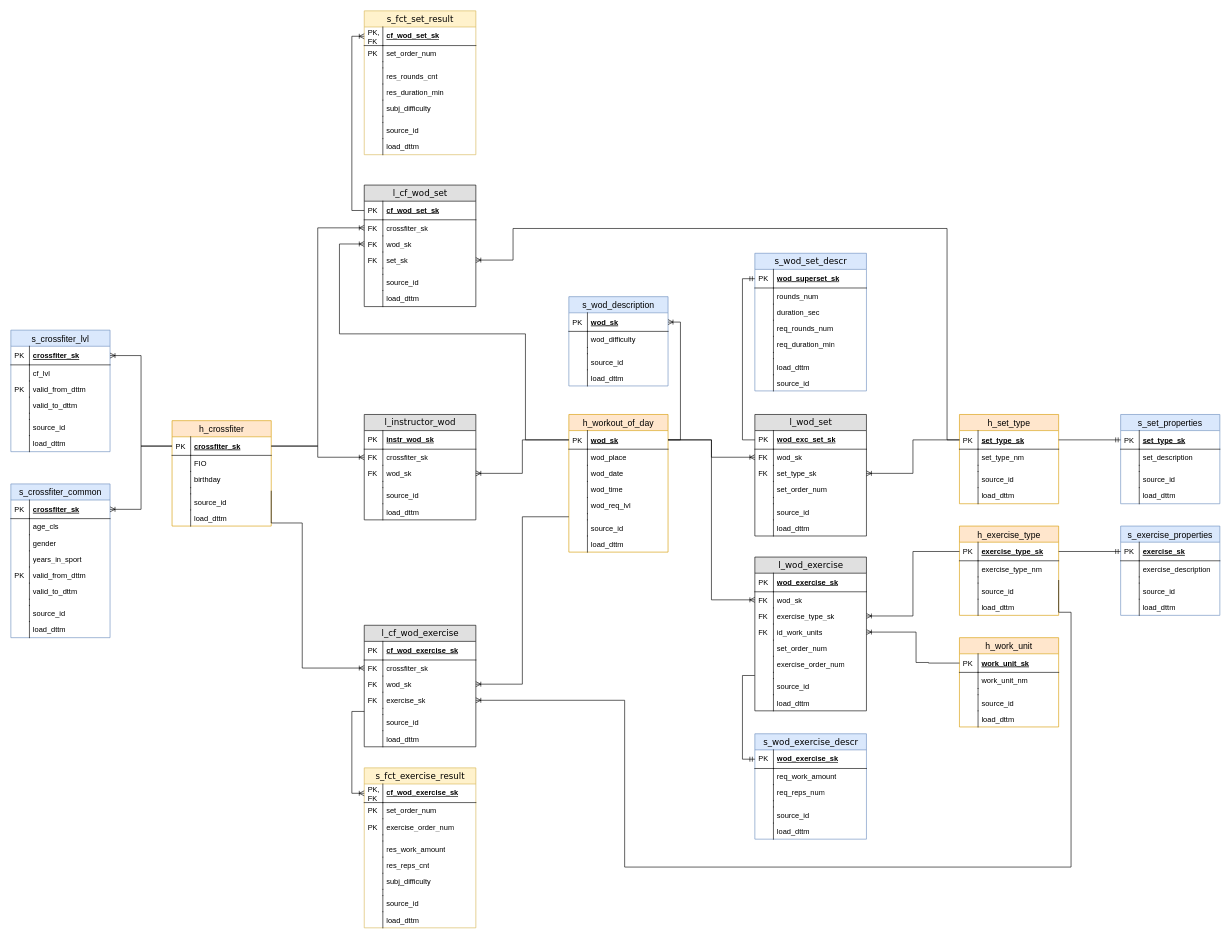
The draw.io diagram page "data_vault" (2 of 4) of db_arch/db_schema.drawio in ouriso/crossfit_activity, before the edit. Source tidied: cells renumbered, new cells numbered last; positions are measured from the earlier drawing's top-left corner, leaving out a move shared by most shapes. Both pictures are drawn from the tidied source at 62%, with x=0, y=0 at pixel (11, 11).
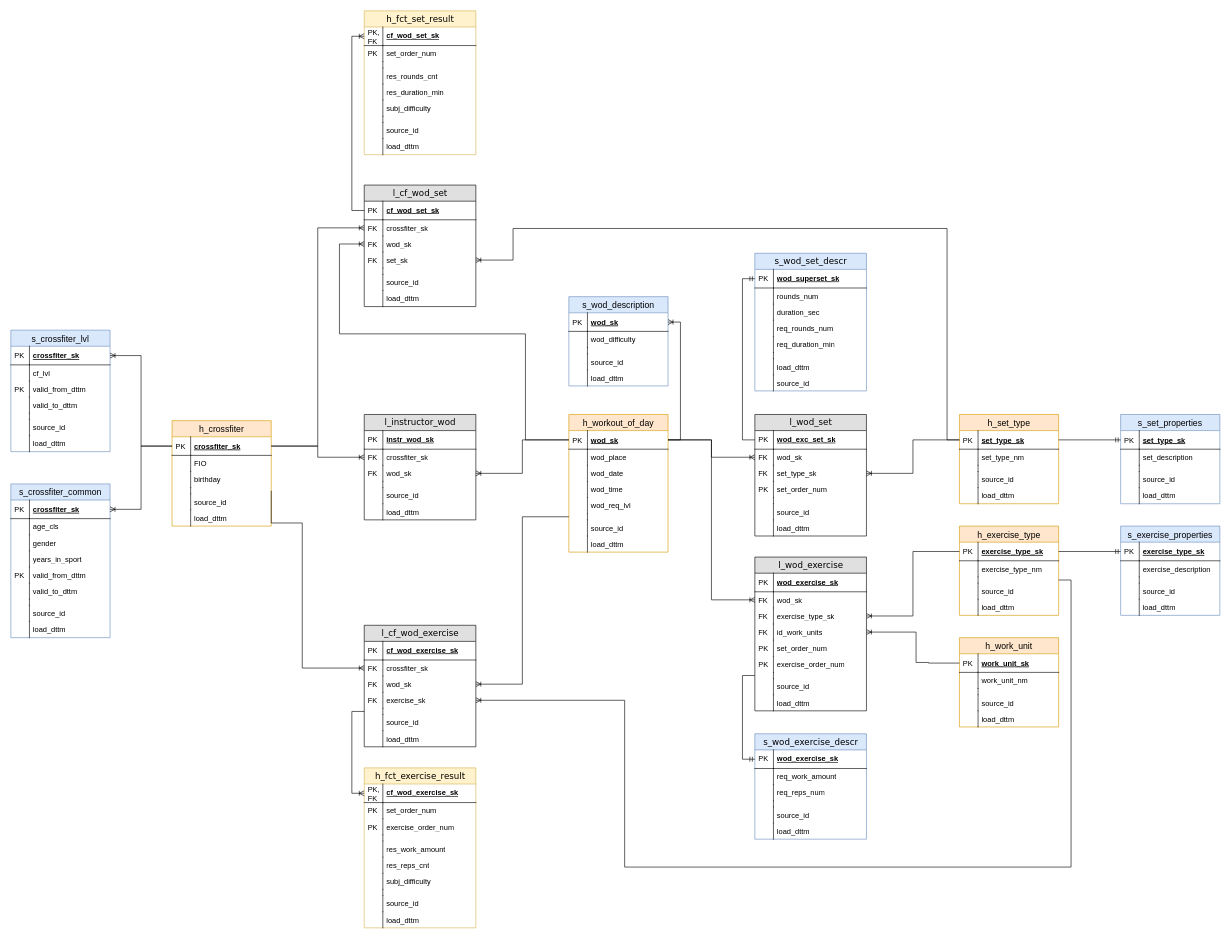
The same diagram, later.

Unchanged cells that the change refers to:
```xml
<mxCell id="140" value="set_order_num" style="shape=partialRectangle;top=0;left=0;right=0;bottom=0;html=1;align=left;verticalAlign=top;fillColor=none;spacingLeft=34;spacingRight=4;whiteSpace=wrap;overflow=hidden;" parent="133" vertex="1">
  <mxGeometry y="108" width="180" height="26" as="geometry" />
</mxCell>
<mxCell id="156" style="shape=partialRectangle;top=0;left=0;right=0;bottom=0;align=left;verticalAlign=top;fillColor=none;spacingLeft=34;spacingRight=4;overflow=hidden;points=[[0,0.5],[1,0.5]];portConstraint=eastwest;fontSize=12;" parent="151" vertex="1">
  <mxGeometry y="82" width="160" height="10" as="geometry" />
</mxCell>
<mxCell id="162" value="s_exercise_properties" style="swimlane;fontStyle=0;horizontal=1;startSize=26;fillColor=#dae8fc;swimlaneFillColor=#ffffff;align=center;fontSize=14;strokeColor=#6c8ebf;" parent="1" vertex="1">
  <mxGeometry x="1790" y="831" width="160" height="144" as="geometry" />
</mxCell>
<mxCell id="231" value="set_order_num" style="shape=partialRectangle;top=0;left=0;right=0;bottom=0;html=1;align=left;verticalAlign=top;fillColor=none;spacingLeft=34;spacingRight=4;whiteSpace=wrap;overflow=hidden;" parent="222" vertex="1">
  <mxGeometry y="134" width="180" height="26" as="geometry" />
</mxCell>
<mxCell id="233" value="exercise_order_num" style="shape=partialRectangle;top=0;left=0;right=0;bottom=0;html=1;align=left;verticalAlign=top;fillColor=none;spacingLeft=34;spacingRight=4;whiteSpace=wrap;overflow=hidden;" parent="222" vertex="1">
  <mxGeometry y="160" width="180" height="26" as="geometry" />
</mxCell>
<mxCell id="249" value="exercise_sk" style="shape=partialRectangle;top=0;left=0;right=0;bottom=0;html=1;align=left;verticalAlign=top;fillColor=none;spacingLeft=34;spacingRight=4;whiteSpace=wrap;overflow=hidden;points=[[0,0.5],[1,0.5]];portConstraint=eastwest;" parent="242" vertex="1">
  <mxGeometry y="108" width="180" height="26" as="geometry" />
</mxCell>
```

The edit, as a diff of the source:
```diff
@@
-    <mxCell id="141" style="shape=partialRectangle;top=0;left=0;bottom=0;html=1;fillColor=none;align=left;verticalAlign=top;spacingLeft=4;spacingRight=4;whiteSpace=wrap;overflow=hidden;" parent="140" vertex="1">
+    <mxCell id="141" value="PK" style="shape=partialRectangle;top=0;left=0;bottom=0;html=1;fillColor=none;align=left;verticalAlign=top;spacingLeft=4;spacingRight=4;whiteSpace=wrap;overflow=hidden;" parent="140" vertex="1">
       <mxGeometry width="30" height="26" as="geometry" />
     </mxCell>
@@
-    <mxCell id="163" value="exercise_sk" style="shape=partialRectangle;top=0;left=0;right=0;bottom=1;align=left;verticalAlign=middle;fillColor=none;spacingLeft=34;spacingRight=4;overflow=hidden;points=[[0,0.5],[1,0.5]];portConstraint=eastwest;fontStyle=5;fontSize=12;" parent="162" vertex="1">
+    <mxCell id="163" value="exercise_type_sk" style="shape=partialRectangle;top=0;left=0;right=0;bottom=1;align=left;verticalAlign=middle;fillColor=none;spacingLeft=34;spacingRight=4;overflow=hidden;points=[[0,0.5],[1,0.5]];portConstraint=eastwest;fontStyle=5;fontSize=12;" parent="162" vertex="1">
       <mxGeometry y="26" width="160" height="30" as="geometry" />
     </mxCell>
@@
-    <mxCell id="201" value="s_fct_exercise_result" style="swimlane;html=1;fontStyle=0;horizontal=1;startSize=26;fillColor=#fff2cc;swimlaneFillColor=#ffffff;align=center;rounded=0;shadow=0;comic=0;labelBackgroundColor=none;strokeWidth=1;fontFamily=Verdana;fontSize=14;strokeColor=#d6b656;" parent="1" vertex="1">
+    <mxCell id="201" value="h_fct_exercise_result" style="swimlane;html=1;fontStyle=0;horizontal=1;startSize=26;fillColor=#fff2cc;swimlaneFillColor=#ffffff;align=center;rounded=0;shadow=0;comic=0;labelBackgroundColor=none;strokeWidth=1;fontFamily=Verdana;fontSize=14;strokeColor=#d6b656;" parent="1" vertex="1">
       <mxGeometry x="570" y="1221" width="180" height="258" as="geometry" />
     </mxCell>
@@
-    <mxCell id="232" style="shape=partialRectangle;top=0;left=0;bottom=0;html=1;fillColor=none;align=left;verticalAlign=top;spacingLeft=4;spacingRight=4;whiteSpace=wrap;overflow=hidden;" parent="231" vertex="1">
+    <mxCell id="232" value="PK" style="shape=partialRectangle;top=0;left=0;bottom=0;html=1;fillColor=none;align=left;verticalAlign=top;spacingLeft=4;spacingRight=4;whiteSpace=wrap;overflow=hidden;" parent="231" vertex="1">
       <mxGeometry width="30" height="26" as="geometry" />
     </mxCell>
@@
-    <mxCell id="234" style="shape=partialRectangle;top=0;left=0;bottom=0;html=1;fillColor=none;align=left;verticalAlign=top;spacingLeft=4;spacingRight=4;whiteSpace=wrap;overflow=hidden;" parent="233" vertex="1">
+    <mxCell id="234" value="PK" style="shape=partialRectangle;top=0;left=0;bottom=0;html=1;fillColor=none;align=left;verticalAlign=top;spacingLeft=4;spacingRight=4;whiteSpace=wrap;overflow=hidden;" parent="233" vertex="1">
       <mxGeometry width="30" height="26" as="geometry" />
     </mxCell>
@@
     <mxCell id="258" style="edgeStyle=orthogonalEdgeStyle;shape=connector;rounded=0;jettySize=auto;html=1;exitX=1;exitY=0.5;exitDx=0;exitDy=0;entryX=1;entryY=0.5;entryDx=0;entryDy=0;labelBackgroundColor=default;strokeColor=default;fontFamily=Helvetica;fontSize=11;fontColor=default;startArrow=ERoneToMany;startFill=0;endArrow=none;endFill=0;" parent="1" edge="1" source="249" target="156">
       <mxGeometry relative="1" as="geometry">
         <Array as="points">
           <mxPoint x="990" y="1112" />
           <mxPoint x="990" y="1381" />
           <mxPoint x="1710" y="1381" />
-          <mxPoint x="1710" y="970" />
+          <mxPoint x="1710" y="918" />
         </Array>
       </mxGeometry>
     </mxCell>
@@
-    <mxCell id="261" value="s_fct_set_result" style="swimlane;html=1;fontStyle=0;horizontal=1;startSize=26;fillColor=#fff2cc;swimlaneFillColor=#ffffff;align=center;rounded=0;shadow=0;comic=0;labelBackgroundColor=none;strokeWidth=1;fontFamily=Verdana;fontSize=14;strokeColor=#d6b656;" parent="1" vertex="1">
+    <mxCell id="261" value="h_fct_set_result" style="swimlane;html=1;fontStyle=0;horizontal=1;startSize=26;fillColor=#fff2cc;swimlaneFillColor=#ffffff;align=center;rounded=0;shadow=0;comic=0;labelBackgroundColor=none;strokeWidth=1;fontFamily=Verdana;fontSize=14;strokeColor=#d6b656;" parent="1" vertex="1">
       <mxGeometry x="570" width="180" height="232" as="geometry" />
     </mxCell>
```
